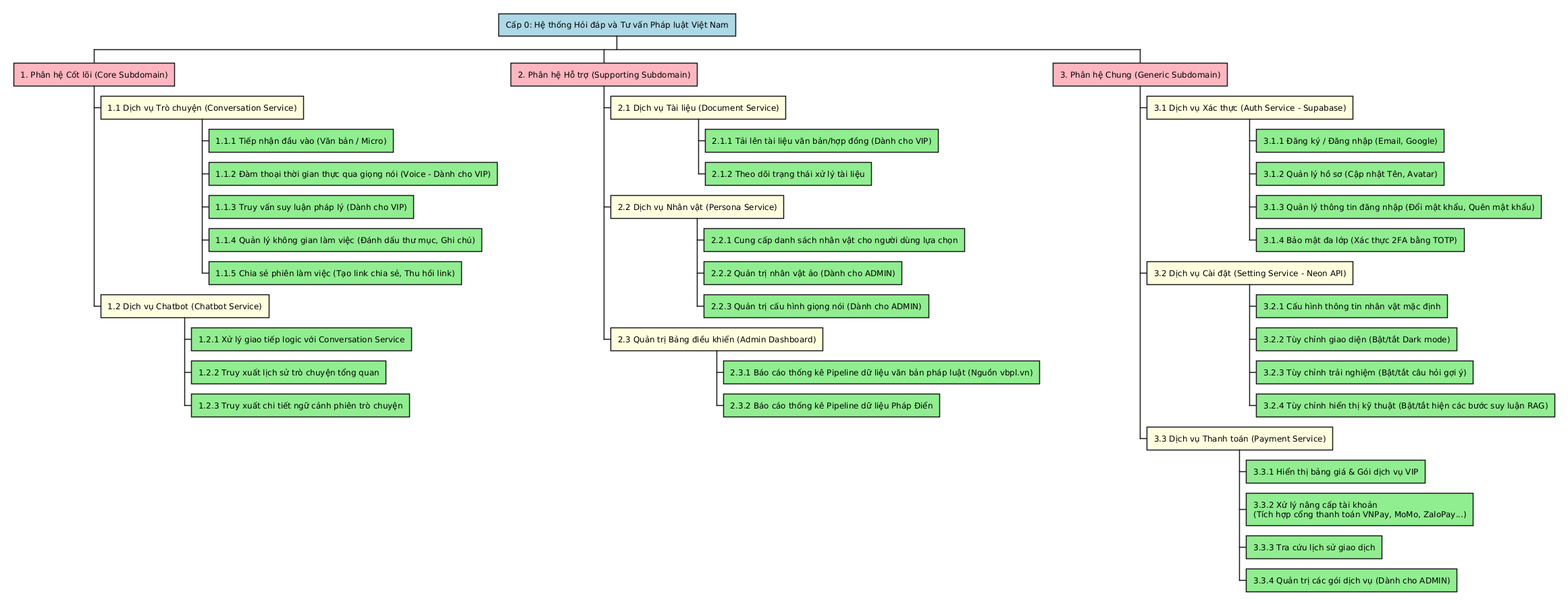
Earlier version of the PlantUML export latex/pictures/BFD.png (20206205Tech/docs-latex). Source of this version:
```plantuml
@startwbs
<style>
wbsDiagram {
  :depth(0) {
    BackgroundColor LightBlue
  }
  :depth(1) {
    BackgroundColor LightPink
  }
  :depth(2) {
    BackgroundColor LightYellow
  }
  :depth(3) {
    BackgroundColor LightGreen
  }
}
</style>
* Cấp 0: Hệ thống Hỏi đáp và Tư vấn Pháp luật Việt Nam
** 1. Phân hệ Cốt lõi (Core Subdomain)
*** 1.1 Dịch vụ Trò chuyện (Conversation Service)
**** 1.1.1 Tiếp nhận đầu vào (Văn bản / Micro)
**** 1.1.2 Đàm thoại thời gian thực qua giọng nói (Voice - Dành cho VIP)
**** 1.1.3 Truy vấn suy luận pháp lý (Dành cho VIP)
**** 1.1.4 Quản lý không gian làm việc (Đánh dấu thư mục, Ghi chú)
**** 1.1.5 Chia sẻ phiên làm việc (Tạo link chia sẻ, Thu hồi link)
*** 1.2 Dịch vụ Chatbot (Chatbot Service)
**** 1.2.1 Xử lý giao tiếp logic với Conversation Service
**** 1.2.2 Truy xuất lịch sử trò chuyện tổng quan
**** 1.2.3 Truy xuất chi tiết ngữ cảnh phiên trò chuyện

** 2. Phân hệ Hỗ trợ (Supporting Subdomain)
*** 2.1 Dịch vụ Tài liệu (Document Service)
**** 2.1.1 Tải lên tài liệu văn bản/hợp đồng (Dành cho VIP)
**** 2.1.2 Theo dõi trạng thái xử lý tài liệu
*** 2.2 Dịch vụ Nhân vật (Persona Service)
**** 2.2.1 Cung cấp danh sách nhân vật cho người dùng lựa chọn
**** 2.2.2 Quản trị nhân vật ảo (Dành cho ADMIN)
**** 2.2.3 Quản trị cấu hình giọng nói (Dành cho ADMIN)
*** 2.3 Quản trị Bảng điều khiển (Admin Dashboard)
**** 2.3.1 Báo cáo thống kê Pipeline dữ liệu văn bản pháp luật (Nguồn vbpl.vn)
**** 2.3.2 Báo cáo thống kê Pipeline dữ liệu Pháp Điển

** 3. Phân hệ Chung (Generic Subdomain)
*** 3.1 Dịch vụ Xác thực (Auth Service - Supabase)
**** 3.1.1 Đăng ký / Đăng nhập (Email, Google)
**** 3.1.2 Quản lý hồ sơ (Cập nhật Tên, Avatar)
**** 3.1.3 Quản lý thông tin đăng nhập (Đổi mật khẩu, Quên mật khẩu)
**** 3.1.4 Bảo mật đa lớp (Xác thực 2FA bằng TOTP)
*** 3.2 Dịch vụ Cài đặt (Setting Service - Neon API)
**** 3.2.1 Cấu hình thông tin nhân vật mặc định
**** 3.2.2 Tùy chỉnh giao diện (Bật/tắt Dark mode)
**** 3.2.3 Tùy chỉnh trải nghiệm (Bật/tắt câu hỏi gợi ý)
**** 3.2.4 Tùy chỉnh hiển thị kỹ thuật (Bật/tắt hiện các bước suy luận RAG)
*** 3.3 Dịch vụ Thanh toán (Payment Service)
**** 3.3.1 Hiển thị bảng giá & Gói dịch vụ VIP
**** 3.3.2 Xử lý nâng cấp tài khoản \n(Tích hợp cổng thanh toán VNPay, MoMo, ZaloPay...)
**** 3.3.3 Tra cứu lịch sử giao dịch
**** 3.3.4 Quản trị các gói dịch vụ (Dành cho ADMIN)
@endwbs
```
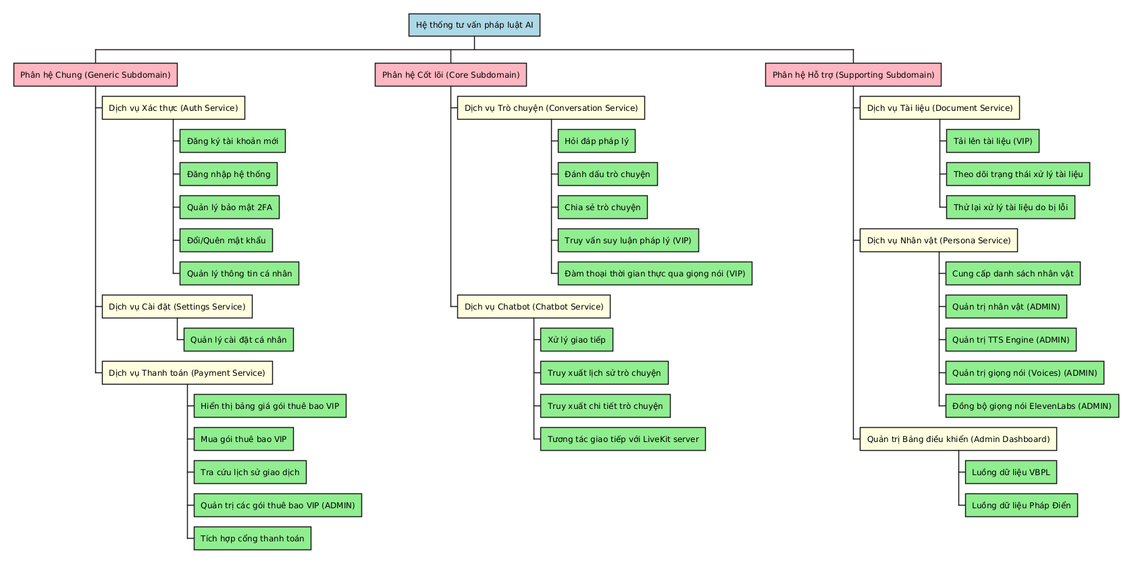
After the change.

Diff of the diagram source:
```diff
@@ -15,45 +15,50 @@
   }
 }
 </style>
-* Cấp 0: Hệ thống Hỏi đáp và Tư vấn Pháp luật Việt Nam
-** 1. Phân hệ Cốt lõi (Core Subdomain)
-*** 1.1 Dịch vụ Trò chuyện (Conversation Service)
-**** 1.1.1 Tiếp nhận đầu vào (Văn bản / Micro)
-**** 1.1.2 Đàm thoại thời gian thực qua giọng nói (Voice - Dành cho VIP)
-**** 1.1.3 Truy vấn suy luận pháp lý (Dành cho VIP)
-**** 1.1.4 Quản lý không gian làm việc (Đánh dấu thư mục, Ghi chú)
-**** 1.1.5 Chia sẻ phiên làm việc (Tạo link chia sẻ, Thu hồi link)
-*** 1.2 Dịch vụ Chatbot (Chatbot Service)
-**** 1.2.1 Xử lý giao tiếp logic với Conversation Service
-**** 1.2.2 Truy xuất lịch sử trò chuyện tổng quan
-**** 1.2.3 Truy xuất chi tiết ngữ cảnh phiên trò chuyện
 
-** 2. Phân hệ Hỗ trợ (Supporting Subdomain)
-*** 2.1 Dịch vụ Tài liệu (Document Service)
-**** 2.1.1 Tải lên tài liệu văn bản/hợp đồng (Dành cho VIP)
-**** 2.1.2 Theo dõi trạng thái xử lý tài liệu
-*** 2.2 Dịch vụ Nhân vật (Persona Service)
-**** 2.2.1 Cung cấp danh sách nhân vật cho người dùng lựa chọn
-**** 2.2.2 Quản trị nhân vật ảo (Dành cho ADMIN)
-**** 2.2.3 Quản trị cấu hình giọng nói (Dành cho ADMIN)
-*** 2.3 Quản trị Bảng điều khiển (Admin Dashboard)
-**** 2.3.1 Báo cáo thống kê Pipeline dữ liệu văn bản pháp luật (Nguồn vbpl.vn)
-**** 2.3.2 Báo cáo thống kê Pipeline dữ liệu Pháp Điển
+* Hệ thống tư vấn pháp luật AI
 
-** 3. Phân hệ Chung (Generic Subdomain)
-*** 3.1 Dịch vụ Xác thực (Auth Service - Supabase)
-**** 3.1.1 Đăng ký / Đăng nhập (Email, Google)
-**** 3.1.2 Quản lý hồ sơ (Cập nhật Tên, Avatar)
-**** 3.1.3 Quản lý thông tin đăng nhập (Đổi mật khẩu, Quên mật khẩu)
-**** 3.1.4 Bảo mật đa lớp (Xác thực 2FA bằng TOTP)
-*** 3.2 Dịch vụ Cài đặt (Setting Service - Neon API)
-**** 3.2.1 Cấu hình thông tin nhân vật mặc định
-**** 3.2.2 Tùy chỉnh giao diện (Bật/tắt Dark mode)
-**** 3.2.3 Tùy chỉnh trải nghiệm (Bật/tắt câu hỏi gợi ý)
-**** 3.2.4 Tùy chỉnh hiển thị kỹ thuật (Bật/tắt hiện các bước suy luận RAG)
-*** 3.3 Dịch vụ Thanh toán (Payment Service)
-**** 3.3.1 Hiển thị bảng giá & Gói dịch vụ VIP
-**** 3.3.2 Xử lý nâng cấp tài khoản \n(Tích hợp cổng thanh toán VNPay, MoMo, ZaloPay...)
-**** 3.3.3 Tra cứu lịch sử giao dịch
-**** 3.3.4 Quản trị các gói dịch vụ (Dành cho ADMIN)
+** Phân hệ Chung (Generic Subdomain)
+*** Dịch vụ Xác thực (Auth Service)
+**** Đăng ký tài khoản mới
+**** Đăng nhập hệ thống
+**** Quản lý bảo mật 2FA
+**** Đổi/Quên mật khẩu
+**** Quản lý thông tin cá nhân
+*** Dịch vụ Cài đặt (Settings Service)
+**** Quản lý cài đặt cá nhân
+*** Dịch vụ Thanh toán (Payment Service)
+**** Hiển thị bảng giá gói thuê bao VIP
+**** Mua gói thuê bao VIP
+**** Tra cứu lịch sử giao dịch
+**** Quản trị các gói thuê bao VIP (ADMIN)
+**** Tích hợp cổng thanh toán
+
+** Phân hệ Cốt lõi (Core Subdomain)
+*** Dịch vụ Trò chuyện (Conversation Service)
+**** Hỏi đáp pháp lý
+**** Đánh dấu trò chuyện
+**** Chia sẻ trò chuyện
+**** Truy vấn suy luận pháp lý (VIP)
+**** Đàm thoại thời gian thực qua giọng nói (VIP)
+*** Dịch vụ Chatbot (Chatbot Service)
+**** Xử lý giao tiếp
+**** Truy xuất lịch sử trò chuyện
+**** Truy xuất chi tiết trò chuyện
+**** Tương tác giao tiếp với LiveKit server
+
+** Phân hệ Hỗ trợ (Supporting Subdomain)
+*** Dịch vụ Tài liệu (Document Service)
+**** Tải lên tài liệu (VIP)
+**** Theo dõi trạng thái xử lý tài liệu
+**** Thử lại xử lý tài liệu do bị lỗi
+*** Dịch vụ Nhân vật (Persona Service)
+**** Cung cấp danh sách nhân vật
+**** Quản trị nhân vật (ADMIN)
+**** Quản trị TTS Engine (ADMIN)
+**** Quản trị giọng nói (Voices) (ADMIN)
+**** Đồng bộ giọng nói ElevenLabs (ADMIN)
+*** Quản trị Bảng điều khiển (Admin Dashboard)
+**** Luồng dữ liệu VBPL
+**** Luồng dữ liệu Pháp Điển
 @endwbs
```
